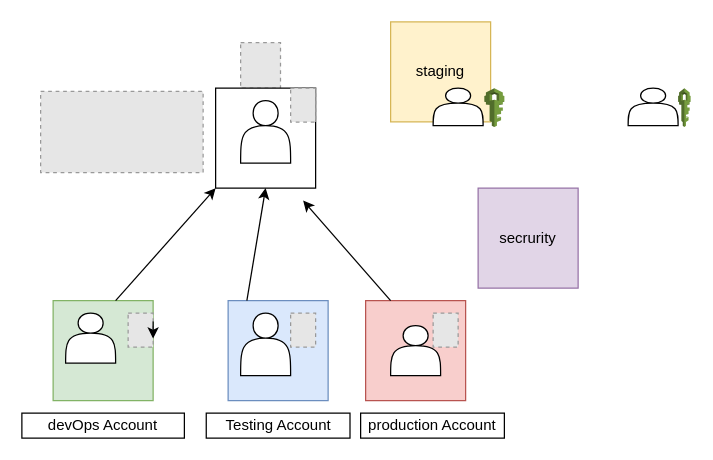
The draw.io diagram creating org and IAM role arcthecture.drawio in stanislousudozor/architectural-Draw.io, before the edit. Source tidied: cells renumbered, new cells numbered last; positions are measured from the earlier drawing's top-left corner, leaving out a move shared by most shapes. Both pictures are drawn from the tidied source at 125%, with x=0, y=0 at pixel (21, 21). Pictures stored in the file or linked from it are replaced by grey dashed boxes.
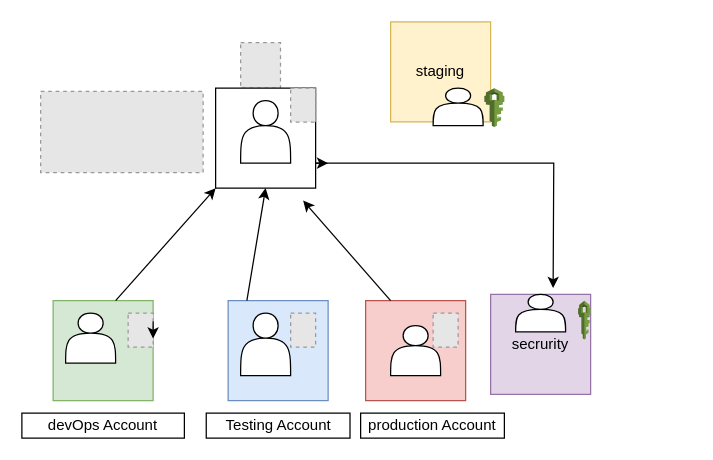
The same diagram, later.

The change refers to these unchanged cells:
```xml
<mxCell id="3" style="whiteSpace=wrap;html=1;" parent="1" vertex="1">
  <mxGeometry x="155" y="53" width="80" height="80" as="geometry" />
</mxCell>
```

The edit, as a diff of the source:
```diff
@@
+    <mxCell id="29" style="edgeStyle=orthogonalEdgeStyle;rounded=0;jettySize=auto;html=1;exitX=1;exitY=0.75;exitDx=0;exitDy=0;flowAnimation=1;shadow=0;" parent="1" edge="1" source="3">
+      <mxGeometry relative="1" as="geometry">
+        <mxPoint x="425" y="213" as="targetPoint" />
+      </mxGeometry>
+    </mxCell>
+    <mxCell id="30" style="edgeStyle=orthogonalEdgeStyle;rounded=0;jettySize=auto;html=1;exitX=1;exitY=0.75;exitDx=0;exitDy=0;" parent="1" edge="1" source="3">
+      <mxGeometry relative="1" as="geometry">
+        <mxPoint x="245" y="113" as="targetPoint" />
+      </mxGeometry>
+    </mxCell>
@@
     <mxCell id="22" value="secrurity" style="whiteSpace=wrap;html=1;fillColor=#e1d5e7;strokeColor=#9673a6;" parent="1" vertex="1">
-      <mxGeometry x="365" y="133" width="80" height="80" as="geometry" />
+      <mxGeometry x="375" y="218" width="80" height="80" as="geometry" />
     </mxCell>
@@
     <mxCell id="25" style="shape=actor;whiteSpace=wrap;html=1;" parent="1" vertex="1">
-      <mxGeometry x="485" y="53" width="40" height="30" as="geometry" />
+      <mxGeometry x="395" y="218" width="40" height="30" as="geometry" />
     </mxCell>
@@
     <mxCell id="27" style="dashed=0;verticalLabelPosition=bottom;verticalAlign=top;align=center;html=1;shape=mxgraph.aws3.iam;fillColor=#759C3E;gradientColor=none;" parent="1" vertex="1">
-      <mxGeometry x="525" y="53" width="10" height="31" as="geometry" />
+      <mxGeometry x="445" y="223" width="10" height="31" as="geometry" />
     </mxCell>
```
